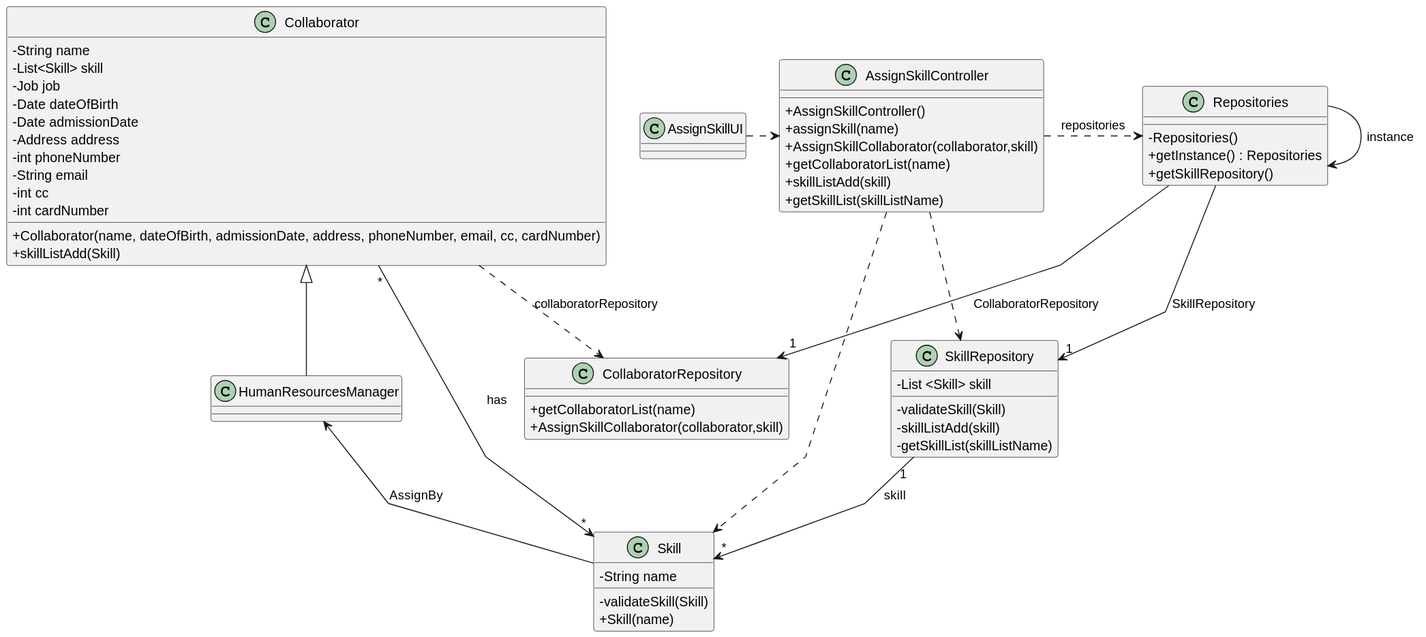
Above: docs/sprint2/us04/03.design/svg/us04-class-diagram.svg in Departamento-de-Engenharia-Informatica/lei-24-s2-1db-g022 (PlantUML), before the change.
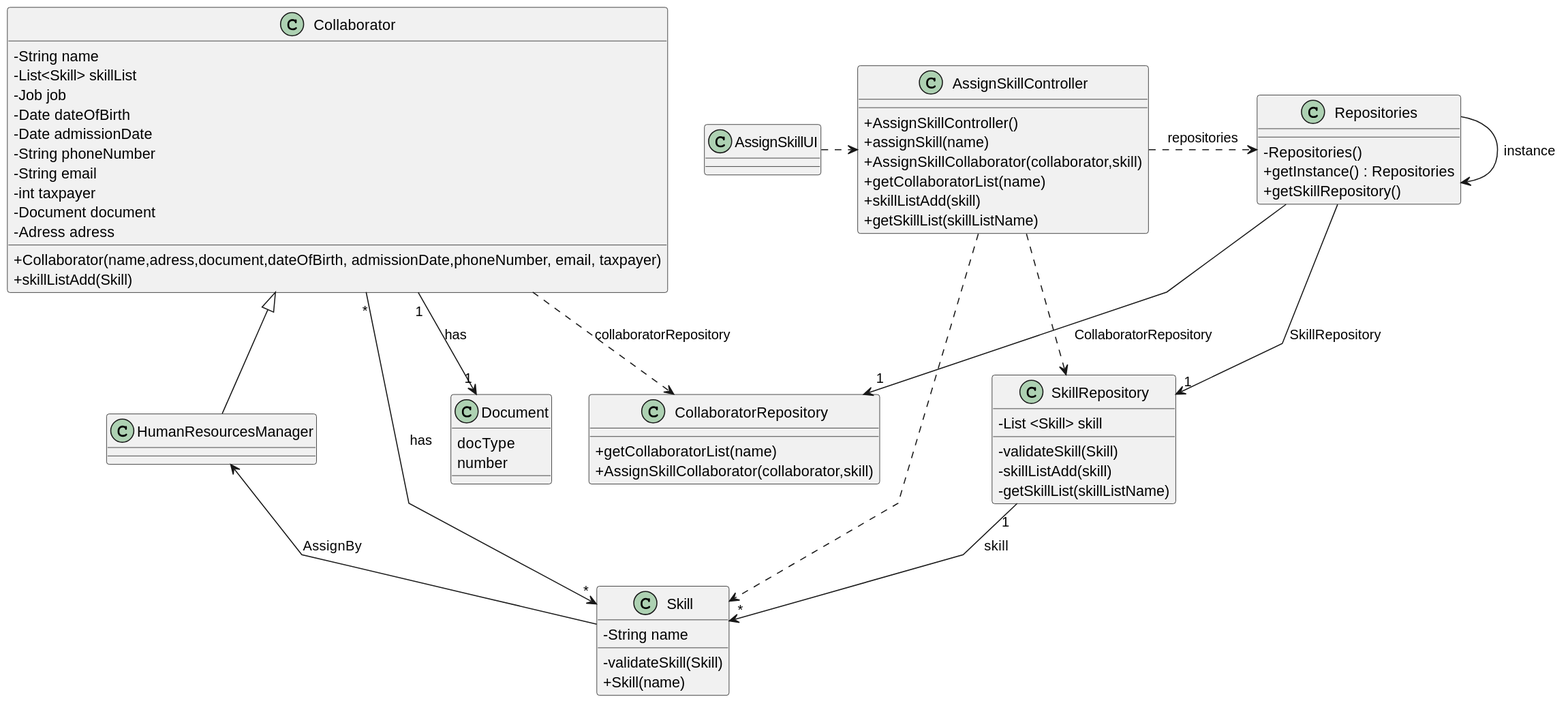
The same diagram one commit later.

Commit message:
US04 and US08 class diagram and sequence diagram correction

The edit, as a diff of the source:
```diff
@@ -25,19 +25,23 @@
 class AssignSkillUI {
 }
 
+class Document{
+    docType
+    number
+}
+
 class Collaborator {
     -String name
-    -List<Skill> skill
+    -List<Skill> skillList
     -Job job
     -Date dateOfBirth
     -Date admissionDate
-    -Address address
-    -int phoneNumber
+    -String phoneNumber
     -String email
-    -int cc
-    -int cardNumber
-
-    + Collaborator(name, dateOfBirth, admissionDate, address, phoneNumber, email, cc, cardNumber)
+    -int taxpayer
+    -Document document
+    -Adress adress
+    + Collaborator(name,adress,document,dateOfBirth, admissionDate,phoneNumber, email, taxpayer)
     +skillListAdd(Skill)
 }
 
@@ -59,6 +63,12 @@
 
 }
 
+class CollaboratorRepository {
+
++getCollaboratorList(name)
++AssignSkillCollaborator(collaborator,skill)
+}
+
 AssignSkillController .> Repositories : repositories
 AssignSkillUI .> AssignSkillController
 Repositories -> Repositories : instance
@@ -72,10 +82,5 @@
 HumanResourcesManager <--  Skill: AssignBy
 Collaborator "*" --> "*" Skill : has
 Collaborator .> CollaboratorRepository : collaboratorRepository
-
-class CollaboratorRepository {
-
-+getCollaboratorList(name)
-+AssignSkillCollaborator(collaborator,skill)
-}
+Collaborator "1" --> "1" Document : has
 @enduml
```
